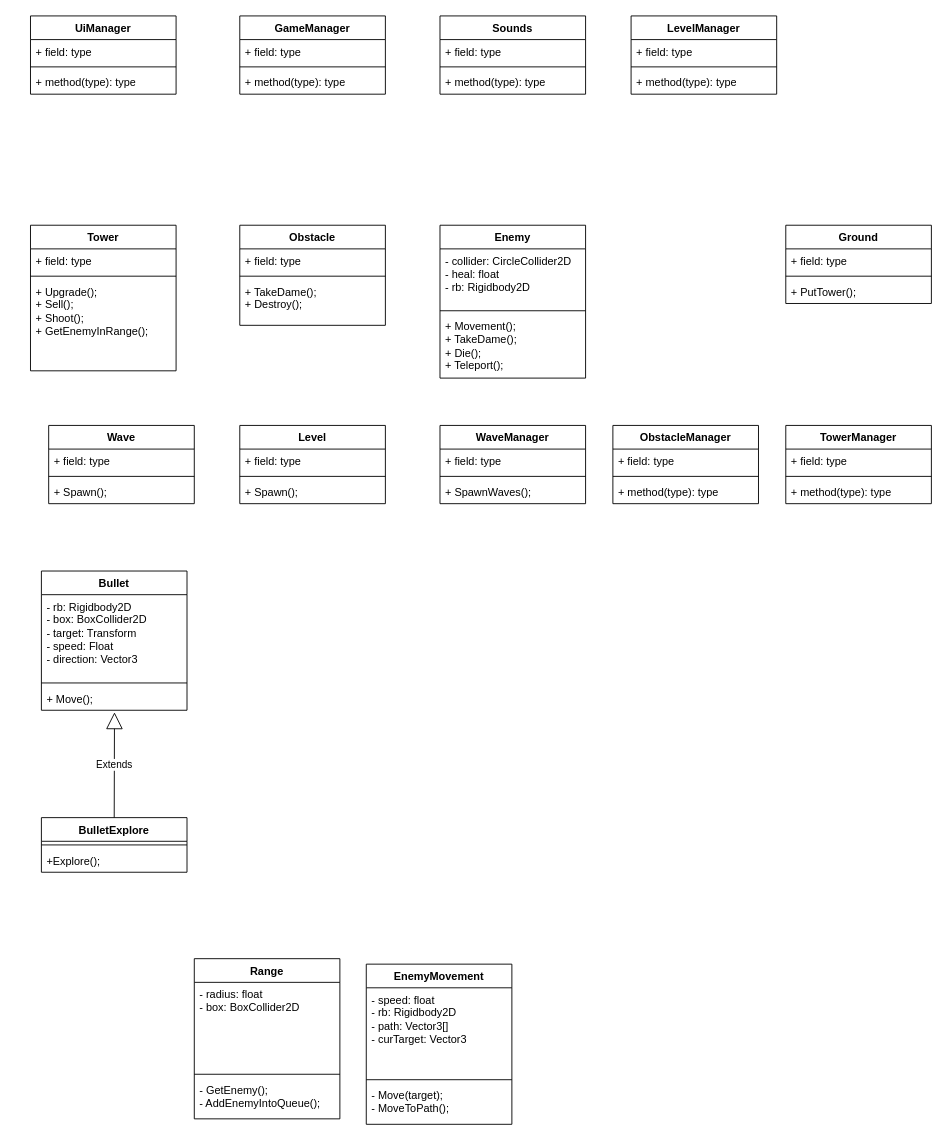
Before: BaoCao/Diagram/ClassDiagram.drawio in nguyenvanphuong8522/DoAnTotNghiep, a draw.io diagram. Source tidied: cells renumbered, new cells numbered last; positions are measured from the earlier drawing's top-left corner, leaving out a move shared by most shapes. Both pictures are drawn from the tidied source at 91%, with x=0, y=0 at pixel (30, 15).
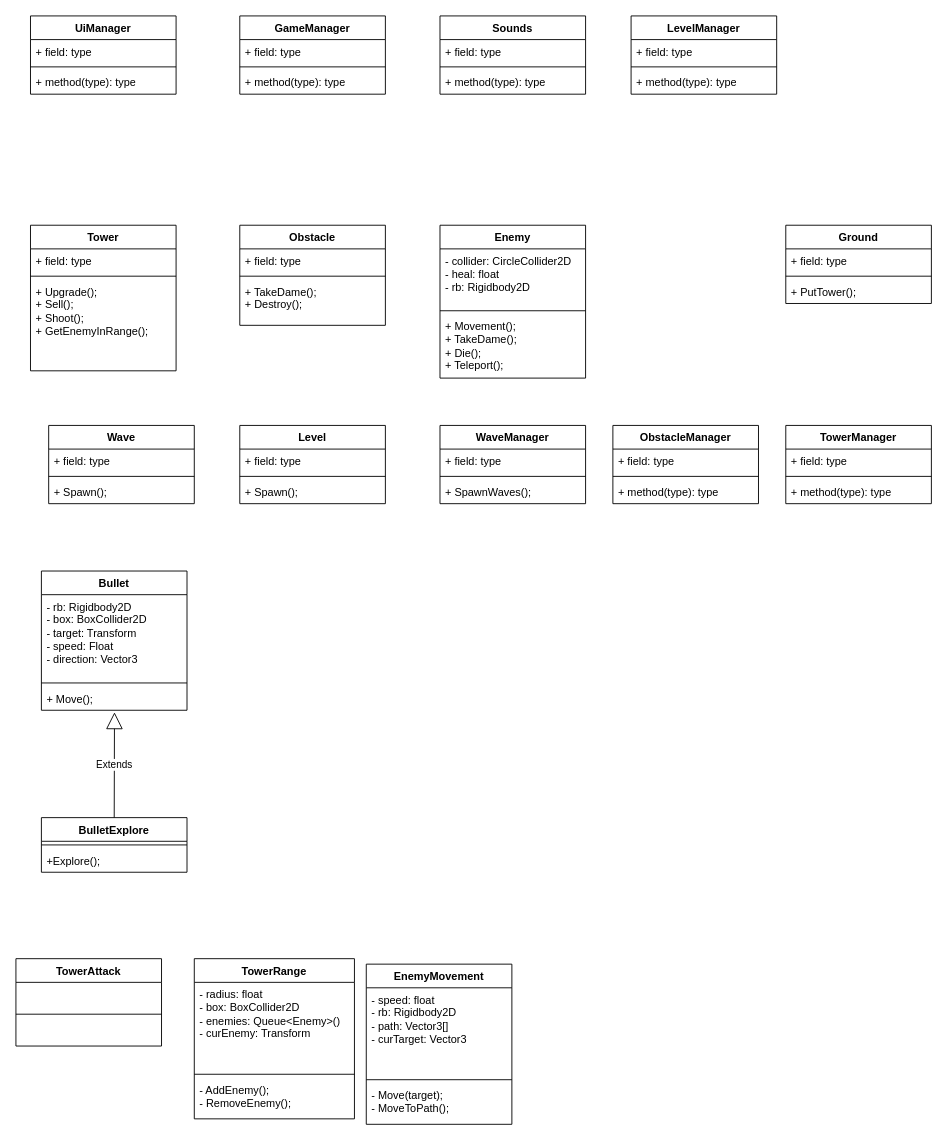
After the change.

Change to the diagram source:
```diff
@@
-    <mxCell id="62" value="Range" style="swimlane;fontStyle=1;align=center;verticalAlign=top;horizontal=1;startSize=26;whiteSpace=wrap;html=1;" parent="1" vertex="1">
-      <mxGeometry x="180" y="1036" width="160" height="176" as="geometry" />
+    <mxCell id="62" value="TowerRange" style="swimlane;fontStyle=1;align=center;verticalAlign=top;horizontal=1;startSize=26;whiteSpace=wrap;html=1;" parent="1" vertex="1">
+      <mxGeometry x="180" y="1036" width="176" height="176" as="geometry" />
     </mxCell>
-    <mxCell id="63" value="- radius: float&lt;div&gt;- box: BoxCollider2D&lt;/div&gt;" style="text;strokeColor=none;fillColor=none;align=left;verticalAlign=top;spacingLeft=4;spacingRight=4;overflow=hidden;whiteSpace=wrap;html=1;" parent="62" vertex="1">
-      <mxGeometry y="26" width="160" height="97" as="geometry" />
+    <mxCell id="63" value="- radius: float&lt;div&gt;- box: BoxCollider2D&lt;/div&gt;&lt;div&gt;- enemies: Queue&amp;lt;Enemy&amp;gt;()&lt;/div&gt;&lt;div&gt;- curEnemy: Transform&lt;/div&gt;" style="text;strokeColor=none;fillColor=none;align=left;verticalAlign=top;spacingLeft=4;spacingRight=4;overflow=hidden;whiteSpace=wrap;html=1;" parent="62" vertex="1">
+      <mxGeometry y="26" width="176" height="97" as="geometry" />
     </mxCell>
     <mxCell id="64" style="line;strokeWidth=1;fillColor=none;align=left;verticalAlign=middle;spacingTop=-1;spacingLeft=3;spacingRight=3;labelPosition=right;strokeColor=inherit;" parent="62" vertex="1">
-      <mxGeometry y="123" width="160" height="8" as="geometry" />
+      <mxGeometry y="123" width="176" height="8" as="geometry" />
     </mxCell>
-    <mxCell id="65" value="- GetEnemy();&lt;div&gt;- AddEnemyIntoQueue();&lt;/div&gt;" style="text;strokeColor=none;fillColor=none;align=left;verticalAlign=top;spacingLeft=4;spacingRight=4;overflow=hidden;whiteSpace=wrap;html=1;" parent="62" vertex="1">
-      <mxGeometry y="131" width="160" height="45" as="geometry" />
+    <mxCell id="65" value="- AddEnemy();&lt;div&gt;- RemoveEnemy();&lt;/div&gt;" style="text;strokeColor=none;fillColor=none;align=left;verticalAlign=top;spacingLeft=4;spacingRight=4;overflow=hidden;whiteSpace=wrap;html=1;" parent="62" vertex="1">
+      <mxGeometry y="131" width="176" height="45" as="geometry" />
     </mxCell>
@@
+    <mxCell id="70" value="TowerAttack" style="swimlane;fontStyle=1;align=center;verticalAlign=top;horizontal=1;startSize=26;whiteSpace=wrap;html=1;" parent="1" vertex="1">
+      <mxGeometry x="-16" y="1036" width="160" height="96" as="geometry" />
+    </mxCell>
+    <mxCell id="71" style="line;strokeWidth=1;fillColor=none;align=left;verticalAlign=middle;spacingTop=-1;spacingLeft=3;spacingRight=3;labelPosition=right;strokeColor=inherit;" parent="70" vertex="1">
+      <mxGeometry y="26" width="160" height="70" as="geometry" />
+    </mxCell>
```
